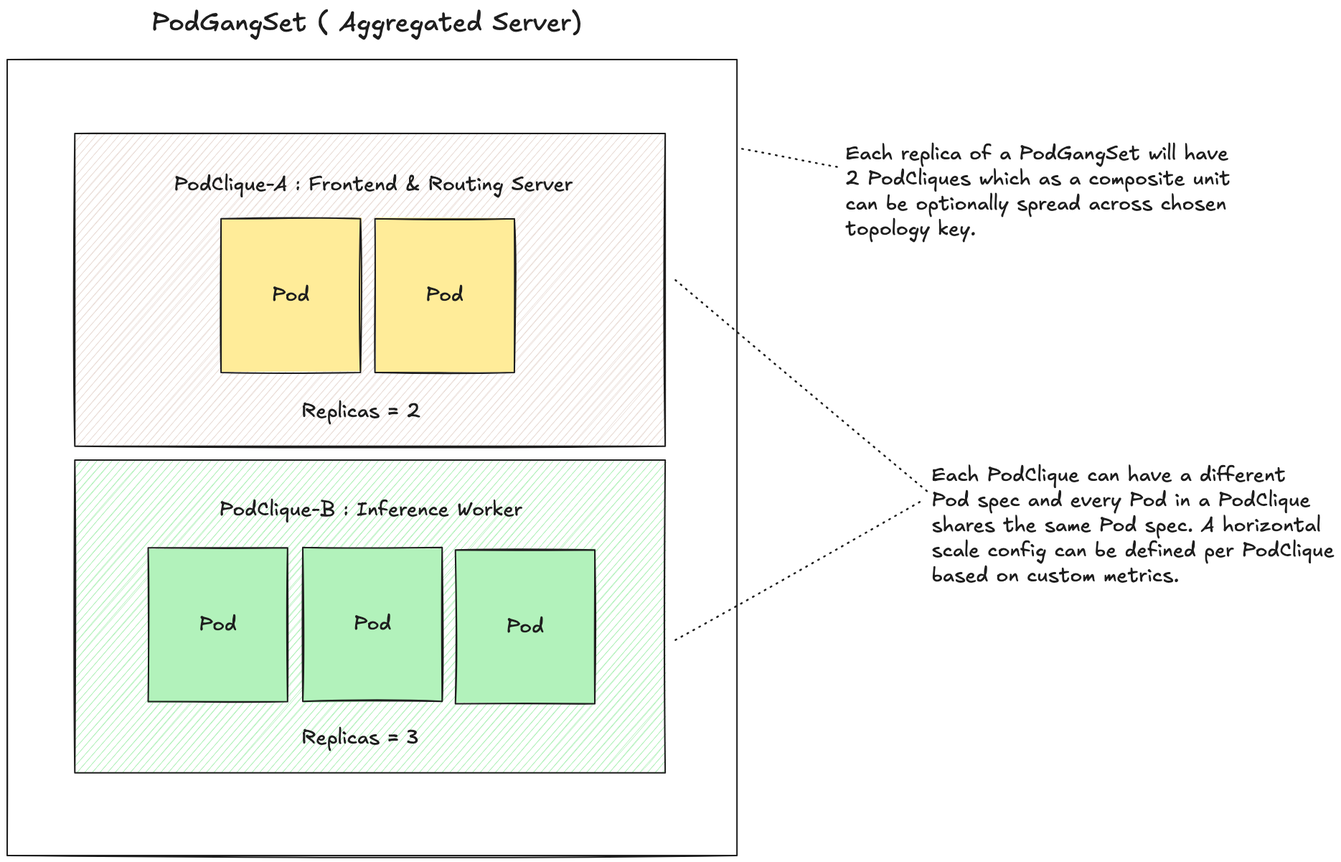
Above: docs/assets/singlenode-aggregated.excalidraw.png in renormalize/grove (Excalidraw), before the change. Source tidied: one line per element, renumbered; positions are measured from the earlier drawing's top-left corner, leaving out a move shared by most shapes. Source of this version:
```json
{"id": 0, "type": "rectangle", "strokeColor": "#1e1e1e", "backgroundColor": "#eaddd7", "fillStyle": "hachure", "strokeWidth": 2, "roughness": 1, "x": 94, "y": 176, "width": 823, "height": 436}
{"id": 1, "type": "rectangle", "strokeColor": "#1e1e1e", "backgroundColor": "#ffec99", "fillStyle": "solid", "strokeWidth": 2, "roughness": 1, "x": 298, "y": 295, "width": 194, "height": 214}
{"id": 2, "type": "text", "text": "Pod", "strokeColor": "#1e1e1e", "strokeWidth": 2, "roughness": 1, "fontSize": 28, "fontFamily": 5, "textAlign": "center", "verticalAlign": "middle", "inside": 1, "x": 369, "y": 384, "width": 52, "height": 35}
{"id": 3, "type": "rectangle", "strokeColor": "#1e1e1e", "backgroundColor": "#ffec99", "fillStyle": "solid", "strokeWidth": 2, "roughness": 1, "x": 513, "y": 295, "width": 194, "height": 214}
{"id": 4, "type": "text", "text": "Pod", "strokeColor": "#1e1e1e", "strokeWidth": 2, "roughness": 1, "fontSize": 28, "fontFamily": 5, "textAlign": "center", "verticalAlign": "middle", "inside": 3, "x": 584, "y": 384, "width": 52, "height": 35}
{"id": 5, "type": "text", "text": "PodClique-A : Frontend & Routing Server", "strokeColor": "#1e1e1e", "strokeWidth": 2, "roughness": 1, "fontSize": 28, "fontFamily": 5, "x": 232, "y": 230, "width": 556, "height": 35}
{"id": 6, "type": "text", "text": "Replicas = 2", "strokeColor": "#1e1e1e", "strokeWidth": 2, "roughness": 1, "fontSize": 28, "fontFamily": 5, "x": 410, "y": 546, "width": 167, "height": 35}
{"id": 7, "type": "rectangle", "strokeColor": "#1e1e1e", "backgroundColor": "#b2f2bb", "fillStyle": "hachure", "strokeWidth": 2, "roughness": 1, "x": 94, "y": 631, "width": 823, "height": 436}
{"id": 8, "type": "rectangle", "strokeColor": "#1e1e1e", "backgroundColor": "#b2f2bb", "fillStyle": "solid", "strokeWidth": 2, "roughness": 1, "x": 197, "y": 753, "width": 194, "height": 214}
{"id": 9, "type": "text", "text": "Pod", "strokeColor": "#1e1e1e", "strokeWidth": 2, "roughness": 1, "fontSize": 28, "fontFamily": 5, "textAlign": "center", "verticalAlign": "middle", "inside": 8, "x": 267, "y": 843, "width": 52, "height": 35}
{"id": 10, "type": "rectangle", "strokeColor": "#1e1e1e", "backgroundColor": "#b2f2bb", "fillStyle": "solid", "strokeWidth": 2, "roughness": 1, "x": 412, "y": 753, "width": 194, "height": 214}
{"id": 11, "type": "text", "text": "Pod", "strokeColor": "#1e1e1e", "strokeWidth": 2, "roughness": 1, "fontSize": 28, "fontFamily": 5, "textAlign": "center", "verticalAlign": "middle", "inside": 10, "x": 483, "y": 842, "width": 52, "height": 35}
{"id": 12, "type": "text", "text": "PodClique-B : Inference Worker", "strokeColor": "#1e1e1e", "strokeWidth": 2, "roughness": 1, "fontSize": 28, "fontFamily": 5, "x": 296, "y": 684, "width": 422, "height": 35}
{"id": 13, "type": "text", "text": "Replicas = 3", "strokeColor": "#1e1e1e", "strokeWidth": 2, "roughness": 1, "fontSize": 28, "fontFamily": 5, "x": 410, "y": 1001, "width": 164, "height": 35}
{"id": 14, "type": "rectangle", "strokeColor": "#1e1e1e", "strokeWidth": 2, "roughness": 1, "x": 0, "y": 73, "width": 1017, "height": 1109}
{"id": 15, "type": "text", "text": "PodGangSet ( Aggregated Server)", "strokeColor": "#1e1e1e", "strokeWidth": 2, "strokeStyle": "dashed", "roughness": 1, "fontSize": 36, "fontFamily": 5, "x": 201, "y": 0, "width": 599, "height": 45}
{"id": 16, "type": "line", "strokeColor": "#1e1e1e", "backgroundColor": "#a5d8ff", "fillStyle": "hachure", "strokeWidth": 2, "strokeStyle": "dotted", "roughness": 1, "x": 931, "y": 380, "width": 354, "height": 297, "points": [[0, 0], [354, 297]]}
{"id": 17, "type": "line", "strokeColor": "#1e1e1e", "backgroundColor": "#a5d8ff", "fillStyle": "hachure", "strokeWidth": 2, "strokeStyle": "dotted", "roughness": 1, "x": 931, "y": 882, "width": 341, "height": 193, "points": [[0, 0], [341, -193]]}
{"id": 18, "type": "text", "text": "Each PodClique can have a different \nPod spec and every Pod in a PodClique \nshares the same Pod spec. A horizontal\nscale config can be defined per PodClique\nbased on custom metrics.", "strokeColor": "#1e1e1e", "backgroundColor": "#a5d8ff", "fillStyle": "hachure", "strokeWidth": 2, "strokeStyle": "dotted", "roughness": 1, "fontSize": 28, "fontFamily": 5, "x": 1289, "y": 635, "width": 561, "height": 175}
{"id": 19, "type": "line", "strokeColor": "#1e1e1e", "backgroundColor": "#a5d8ff", "fillStyle": "hachure", "strokeWidth": 2, "strokeStyle": "dotted", "roughness": 1, "x": 1024, "y": 197, "width": 136, "height": 26, "points": [[0, 0], [136, 26]]}
{"id": 20, "type": "text", "text": "Each replica of a PodGangSet will have\n2 PodCliques which as a composite unit \ncan be optionally spread across chosen \ntopology key.", "strokeColor": "#1e1e1e", "backgroundColor": "#a5d8ff", "fillStyle": "hachure", "strokeWidth": 2, "strokeStyle": "dotted", "roughness": 1, "fontSize": 28, "fontFamily": 5, "x": 1169, "y": 187, "width": 548, "height": 140}
{"id": 21, "type": "rectangle", "strokeColor": "#1e1e1e", "backgroundColor": "#b2f2bb", "fillStyle": "solid", "strokeWidth": 2, "roughness": 1, "x": 625, "y": 756, "width": 194, "height": 214}
{"id": 22, "type": "text", "text": "Pod", "strokeColor": "#1e1e1e", "strokeWidth": 2, "roughness": 1, "fontSize": 28, "fontFamily": 5, "textAlign": "center", "verticalAlign": "middle", "inside": 21, "x": 696, "y": 846, "width": 52, "height": 35}
```
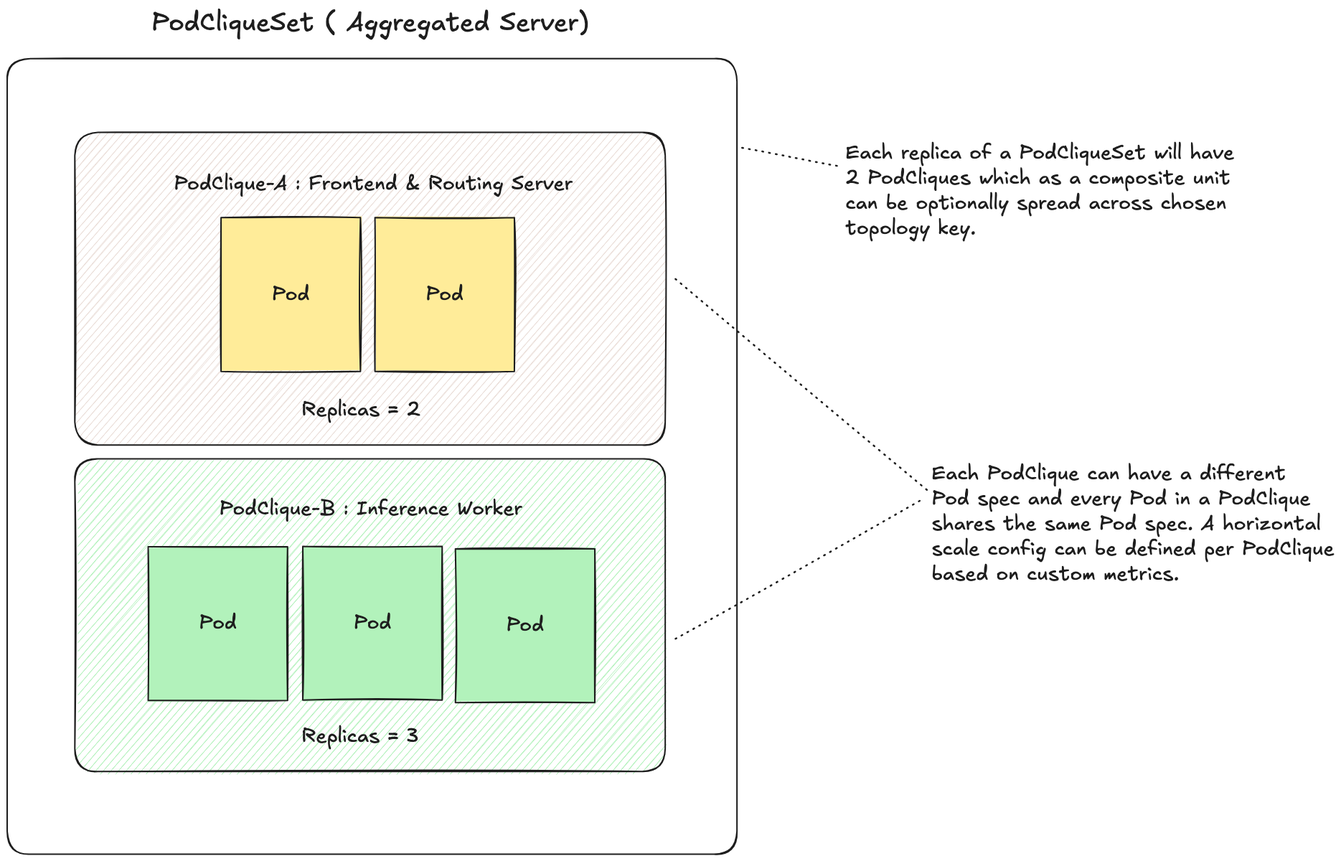
After the change.

What changed in the source:
```diff
@@ -1,23 +1,23 @@
-{"id": 0, "type": "rectangle", "strokeColor": "#1e1e1e", "backgroundColor": "#eaddd7", "fillStyle": "hachure", "strokeWidth": 2, "roughness": 1, "x": 94, "y": 176, "width": 823, "height": 436}
+{"id": 0, "type": "rectangle", "strokeColor": "#1e1e1e", "backgroundColor": "#eaddd7", "fillStyle": "hachure", "strokeWidth": 2, "roughness": 1, "round": true, "x": 94, "y": 176, "width": 823, "height": 436}
 {"id": 1, "type": "rectangle", "strokeColor": "#1e1e1e", "backgroundColor": "#ffec99", "fillStyle": "solid", "strokeWidth": 2, "roughness": 1, "x": 298, "y": 295, "width": 194, "height": 214}
 {"id": 2, "type": "text", "text": "Pod", "strokeColor": "#1e1e1e", "strokeWidth": 2, "roughness": 1, "fontSize": 28, "fontFamily": 5, "textAlign": "center", "verticalAlign": "middle", "inside": 1, "x": 369, "y": 384, "width": 52, "height": 35}
 {"id": 3, "type": "rectangle", "strokeColor": "#1e1e1e", "backgroundColor": "#ffec99", "fillStyle": "solid", "strokeWidth": 2, "roughness": 1, "x": 513, "y": 295, "width": 194, "height": 214}
 {"id": 4, "type": "text", "text": "Pod", "strokeColor": "#1e1e1e", "strokeWidth": 2, "roughness": 1, "fontSize": 28, "fontFamily": 5, "textAlign": "center", "verticalAlign": "middle", "inside": 3, "x": 584, "y": 384, "width": 52, "height": 35}
 {"id": 5, "type": "text", "text": "PodClique-A : Frontend & Routing Server", "strokeColor": "#1e1e1e", "strokeWidth": 2, "roughness": 1, "fontSize": 28, "fontFamily": 5, "x": 232, "y": 230, "width": 556, "height": 35}
 {"id": 6, "type": "text", "text": "Replicas = 2", "strokeColor": "#1e1e1e", "strokeWidth": 2, "roughness": 1, "fontSize": 28, "fontFamily": 5, "x": 410, "y": 546, "width": 167, "height": 35}
-{"id": 7, "type": "rectangle", "strokeColor": "#1e1e1e", "backgroundColor": "#b2f2bb", "fillStyle": "hachure", "strokeWidth": 2, "roughness": 1, "x": 94, "y": 631, "width": 823, "height": 436}
+{"id": 7, "type": "rectangle", "strokeColor": "#1e1e1e", "backgroundColor": "#b2f2bb", "fillStyle": "hachure", "strokeWidth": 2, "roughness": 1, "round": true, "x": 94, "y": 631, "width": 823, "height": 436}
 {"id": 8, "type": "rectangle", "strokeColor": "#1e1e1e", "backgroundColor": "#b2f2bb", "fillStyle": "solid", "strokeWidth": 2, "roughness": 1, "x": 197, "y": 753, "width": 194, "height": 214}
 {"id": 9, "type": "text", "text": "Pod", "strokeColor": "#1e1e1e", "strokeWidth": 2, "roughness": 1, "fontSize": 28, "fontFamily": 5, "textAlign": "center", "verticalAlign": "middle", "inside": 8, "x": 267, "y": 843, "width": 52, "height": 35}
 {"id": 10, "type": "rectangle", "strokeColor": "#1e1e1e", "backgroundColor": "#b2f2bb", "fillStyle": "solid", "strokeWidth": 2, "roughness": 1, "x": 412, "y": 753, "width": 194, "height": 214}
 {"id": 11, "type": "text", "text": "Pod", "strokeColor": "#1e1e1e", "strokeWidth": 2, "roughness": 1, "fontSize": 28, "fontFamily": 5, "textAlign": "center", "verticalAlign": "middle", "inside": 10, "x": 483, "y": 842, "width": 52, "height": 35}
 {"id": 12, "type": "text", "text": "PodClique-B : Inference Worker", "strokeColor": "#1e1e1e", "strokeWidth": 2, "roughness": 1, "fontSize": 28, "fontFamily": 5, "x": 296, "y": 684, "width": 422, "height": 35}
 {"id": 13, "type": "text", "text": "Replicas = 3", "strokeColor": "#1e1e1e", "strokeWidth": 2, "roughness": 1, "fontSize": 28, "fontFamily": 5, "x": 410, "y": 1001, "width": 164, "height": 35}
-{"id": 14, "type": "rectangle", "strokeColor": "#1e1e1e", "strokeWidth": 2, "roughness": 1, "x": 0, "y": 73, "width": 1017, "height": 1109}
+{"id": 14, "type": "rectangle", "strokeColor": "#1e1e1e", "strokeWidth": 2, "roughness": 1, "round": true, "x": 0, "y": 73, "width": 1017, "height": 1109}
-{"id": 15, "type": "text", "text": "PodGangSet ( Aggregated Server)", "strokeColor": "#1e1e1e", "strokeWidth": 2, "strokeStyle": "dashed", "roughness": 1, "fontSize": 36, "fontFamily": 5, "x": 201, "y": 0, "width": 599, "height": 45}
+{"id": 15, "type": "text", "text": "PodCliqueSet ( Aggregated Server)", "strokeColor": "#1e1e1e", "strokeWidth": 2, "strokeStyle": "dashed", "roughness": 1, "fontSize": 36, "fontFamily": 5, "x": 201, "y": 1, "width": 610, "height": 45}
 {"id": 16, "type": "line", "strokeColor": "#1e1e1e", "backgroundColor": "#a5d8ff", "fillStyle": "hachure", "strokeWidth": 2, "strokeStyle": "dotted", "roughness": 1, "x": 931, "y": 380, "width": 354, "height": 297, "points": [[0, 0], [354, 297]]}
 {"id": 17, "type": "line", "strokeColor": "#1e1e1e", "backgroundColor": "#a5d8ff", "fillStyle": "hachure", "strokeWidth": 2, "strokeStyle": "dotted", "roughness": 1, "x": 931, "y": 882, "width": 341, "height": 193, "points": [[0, 0], [341, -193]]}
 {"id": 18, "type": "text", "text": "Each PodClique can have a different \nPod spec and every Pod in a PodClique \nshares the same Pod spec. A horizontal\nscale config can be defined per PodClique\nbased on custom metrics.", "strokeColor": "#1e1e1e", "backgroundColor": "#a5d8ff", "fillStyle": "hachure", "strokeWidth": 2, "strokeStyle": "dotted", "roughness": 1, "fontSize": 28, "fontFamily": 5, "x": 1289, "y": 635, "width": 561, "height": 175}
 {"id": 19, "type": "line", "strokeColor": "#1e1e1e", "backgroundColor": "#a5d8ff", "fillStyle": "hachure", "strokeWidth": 2, "strokeStyle": "dotted", "roughness": 1, "x": 1024, "y": 197, "width": 136, "height": 26, "points": [[0, 0], [136, 26]]}
-{"id": 20, "type": "text", "text": "Each replica of a PodGangSet will have\n2 PodCliques which as a composite unit \ncan be optionally spread across chosen \ntopology key.", "strokeColor": "#1e1e1e", "backgroundColor": "#a5d8ff", "fillStyle": "hachure", "strokeWidth": 2, "strokeStyle": "dotted", "roughness": 1, "fontSize": 28, "fontFamily": 5, "x": 1169, "y": 187, "width": 548, "height": 140}
+{"id": 20, "type": "text", "text": "Each replica of a PodCliqueSet will have\n2 PodCliques which as a composite unit \ncan be optionally spread across chosen \ntopology key.", "strokeColor": "#1e1e1e", "backgroundColor": "#a5d8ff", "fillStyle": "hachure", "strokeWidth": 2, "strokeStyle": "dotted", "roughness": 1, "fontSize": 28, "fontFamily": 5, "x": 1169, "y": 187, "width": 548, "height": 140}
 {"id": 21, "type": "rectangle", "strokeColor": "#1e1e1e", "backgroundColor": "#b2f2bb", "fillStyle": "solid", "strokeWidth": 2, "roughness": 1, "x": 625, "y": 756, "width": 194, "height": 214}
 {"id": 22, "type": "text", "text": "Pod", "strokeColor": "#1e1e1e", "strokeWidth": 2, "roughness": 1, "fontSize": 28, "fontFamily": 5, "textAlign": "center", "verticalAlign": "middle", "inside": 21, "x": 696, "y": 846, "width": 52, "height": 35}
```
